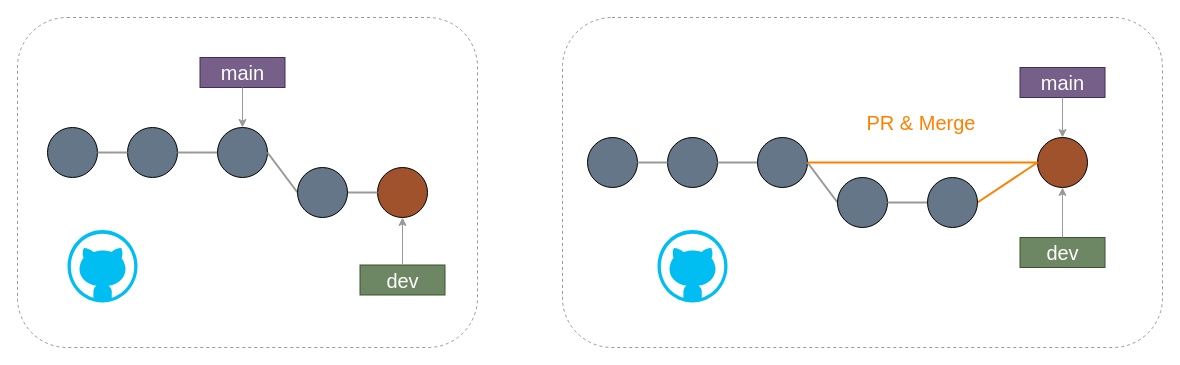
The draw.io diagram slidev/drawio/wf_pr.drawio in kazuyanagimoto/github-workshop, before the edit. Source tidied: cells renumbered, new cells numbered last; positions are measured from the earlier drawing's top-left corner, leaving out a move shared by most shapes. Both pictures are drawn from the tidied source at 100%, with x=0, y=0 at pixel (17, 17).
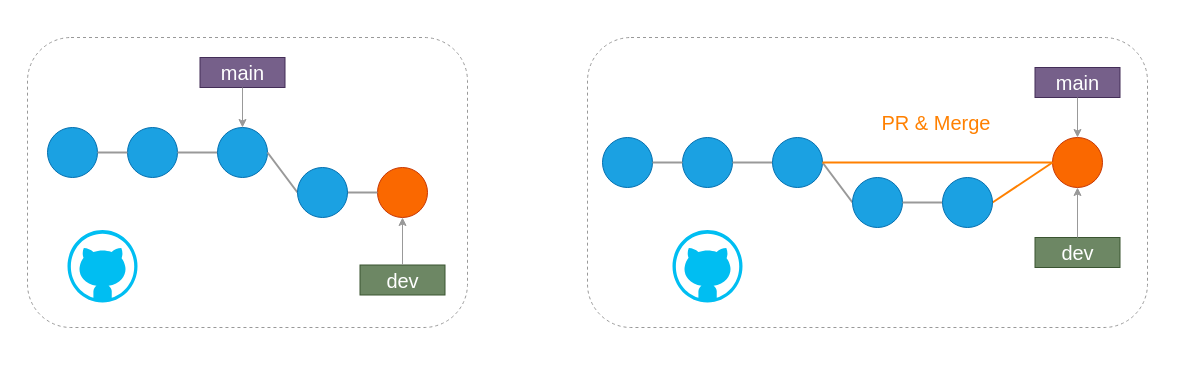
The same diagram, later.

The edit, as a diff of the source:
```diff
@@
-    <mxCell id="2" style="ellipse;whiteSpace=wrap;html=1;fillColor=#647687;fontColor=#ffffff;strokeColor=#000000;" parent="1" vertex="1">
-      <mxGeometry x="570" y="120" width="50" height="50" as="geometry" />
+    <mxCell id="2" style="ellipse;whiteSpace=wrap;html=1;fillColor=#1ba1e2;fontColor=#ffffff;strokeColor=#006EAF;" parent="1" vertex="1">
+      <mxGeometry x="585" y="120" width="50" height="50" as="geometry" />
     </mxCell>
-    <mxCell id="3" style="ellipse;whiteSpace=wrap;html=1;fillColor=#647687;fontColor=#ffffff;strokeColor=#000000;" parent="1" vertex="1">
-      <mxGeometry x="650" y="120" width="50" height="50" as="geometry" />
+    <mxCell id="3" style="ellipse;whiteSpace=wrap;html=1;fillColor=#1ba1e2;fontColor=#ffffff;strokeColor=#006EAF;" parent="1" vertex="1">
+      <mxGeometry x="665" y="120" width="50" height="50" as="geometry" />
     </mxCell>
-    <mxCell id="4" style="ellipse;whiteSpace=wrap;html=1;fontColor=#ffffff;strokeColor=#000000;fillColor=#A0522D;" parent="1" vertex="1">
-      <mxGeometry x="1020" y="120" width="50" height="50" as="geometry" />
+    <mxCell id="4" style="ellipse;whiteSpace=wrap;html=1;fontColor=#000000;strokeColor=#C73500;fillColor=#fa6800;" parent="1" vertex="1">
+      <mxGeometry x="1035" y="120" width="50" height="50" as="geometry" />
     </mxCell>
@@
     <mxCell id="7" value="main" style="rounded=1;whiteSpace=wrap;html=1;fillColor=#76608a;strokeColor=#432D57;fontColor=#ffffff;fontSize=20;arcSize=0;" parent="1" vertex="1">
-      <mxGeometry x="1002.5" y="50" width="85" height="30" as="geometry" />
+      <mxGeometry x="1017.5" y="50" width="85" height="30" as="geometry" />
     </mxCell>
     <mxCell id="8" style="endArrow=classic;html=1;fontSize=20;exitX=0.5;exitY=1;exitDx=0;exitDy=0;entryX=0.5;entryY=0;entryDx=0;entryDy=0;strokeColor=#999999;" parent="1" edge="1" source="7">
       <mxGeometry relative="1" as="geometry">
-        <mxPoint x="1045" y="120" as="targetPoint" />
+        <mxPoint x="1060" y="120" as="targetPoint" />
       </mxGeometry>
     </mxCell>
-    <mxCell id="9" style="rounded=1;whiteSpace=wrap;html=1;fontSize=16;strokeColor=#999999;dashed=1;fillColor=none;" parent="1" vertex="1">
-      <mxGeometry x="545" width="600" height="330" as="geometry" />
+    <mxCell id="9" style="rounded=1;whiteSpace=wrap;html=1;fontSize=16;dashed=1;fontColor=#000000;fillColor=none;strokeColor=#999999;" parent="1" vertex="1">
+      <mxGeometry x="570" y="20" width="560" height="290" as="geometry" />
     </mxCell>
-    <mxCell id="10" style="ellipse;whiteSpace=wrap;html=1;fillColor=#647687;fontColor=#ffffff;strokeColor=#000000;" parent="1" vertex="1">
-      <mxGeometry x="740" y="120" width="50" height="50" as="geometry" />
+    <mxCell id="10" style="ellipse;whiteSpace=wrap;html=1;fillColor=#1ba1e2;fontColor=#ffffff;strokeColor=#006EAF;" parent="1" vertex="1">
+      <mxGeometry x="755" y="120" width="50" height="50" as="geometry" />
     </mxCell>
@@
     <mxCell id="12" value="dev" style="rounded=1;whiteSpace=wrap;html=1;fillColor=#6d8764;strokeColor=#3A5431;fontColor=#ffffff;fontSize=20;arcSize=0;" parent="1" vertex="1">
-      <mxGeometry x="1002.5" y="220" width="85" height="30" as="geometry" />
+      <mxGeometry x="1017.5" y="220" width="85" height="30" as="geometry" />
     </mxCell>
@@
-    <mxCell id="15" style="ellipse;whiteSpace=wrap;html=1;fillColor=#647687;fontColor=#ffffff;strokeColor=#000000;" parent="1" vertex="1">
-      <mxGeometry x="820" y="160" width="50" height="50" as="geometry" />
+    <mxCell id="15" style="ellipse;whiteSpace=wrap;html=1;fillColor=#1ba1e2;fontColor=#ffffff;strokeColor=#006EAF;" parent="1" vertex="1">
+      <mxGeometry x="835" y="160" width="50" height="50" as="geometry" />
     </mxCell>
@@
-    <mxCell id="17" style="ellipse;whiteSpace=wrap;html=1;fillColor=#647687;fontColor=#ffffff;strokeColor=#000000;" parent="1" vertex="1">
-      <mxGeometry x="910" y="160" width="50" height="50" as="geometry" />
+    <mxCell id="17" style="ellipse;whiteSpace=wrap;html=1;fillColor=#1ba1e2;fontColor=#ffffff;strokeColor=#006EAF;" parent="1" vertex="1">
+      <mxGeometry x="925" y="160" width="50" height="50" as="geometry" />
     </mxCell>
@@
     <mxCell id="19" value="PR &amp;amp; Merge" style="text;html=1;strokeColor=none;fillColor=none;align=center;verticalAlign=middle;whiteSpace=wrap;rounded=0;fontSize=20;fontColor=#FF8000;" parent="1" vertex="1">
-      <mxGeometry x="820" y="90" width="167.5" height="30" as="geometry" />
+      <mxGeometry x="835" y="90" width="167.5" height="30" as="geometry" />
     </mxCell>
-    <mxCell id="20" style="ellipse;whiteSpace=wrap;html=1;fillColor=#647687;fontColor=#ffffff;strokeColor=#000000;" parent="1" vertex="1">
+    <mxCell id="20" style="ellipse;whiteSpace=wrap;html=1;fillColor=#1ba1e2;fontColor=#ffffff;strokeColor=#006EAF;" parent="1" vertex="1">
       <mxGeometry x="30" y="110" width="50" height="50" as="geometry" />
     </mxCell>
-    <mxCell id="21" style="ellipse;whiteSpace=wrap;html=1;fillColor=#647687;fontColor=#ffffff;strokeColor=#000000;" parent="1" vertex="1">
+    <mxCell id="21" style="ellipse;whiteSpace=wrap;html=1;fillColor=#1ba1e2;fontColor=#ffffff;strokeColor=#006EAF;" parent="1" vertex="1">
       <mxGeometry x="110" y="110" width="50" height="50" as="geometry" />
     </mxCell>
-    <mxCell id="22" style="ellipse;whiteSpace=wrap;html=1;fontColor=#ffffff;strokeColor=#000000;fillColor=#A0522D;" parent="1" vertex="1">
+    <mxCell id="22" style="ellipse;whiteSpace=wrap;html=1;fontColor=#000000;strokeColor=#C73500;fillColor=#fa6800;" parent="1" vertex="1">
       <mxGeometry x="360" y="150" width="50" height="50" as="geometry" />
     </mxCell>
@@
     <mxCell id="27" style="rounded=1;whiteSpace=wrap;html=1;fontSize=16;strokeColor=#999999;dashed=1;fillColor=none;" parent="1" vertex="1">
-      <mxGeometry width="460" height="330" as="geometry" />
+      <mxGeometry x="10" y="20" width="440" height="290" as="geometry" />
     </mxCell>
-    <mxCell id="28" style="ellipse;whiteSpace=wrap;html=1;fillColor=#647687;fontColor=#ffffff;strokeColor=#000000;" parent="1" vertex="1">
+    <mxCell id="28" style="ellipse;whiteSpace=wrap;html=1;fillColor=#1ba1e2;fontColor=#ffffff;strokeColor=#006EAF;" parent="1" vertex="1">
       <mxGeometry x="200" y="110" width="50" height="50" as="geometry" />
     </mxCell>
@@
-    <mxCell id="33" style="ellipse;whiteSpace=wrap;html=1;fillColor=#647687;fontColor=#ffffff;strokeColor=#000000;" parent="1" vertex="1">
+    <mxCell id="33" style="ellipse;whiteSpace=wrap;html=1;fillColor=#1ba1e2;fontColor=#ffffff;strokeColor=#006EAF;" parent="1" vertex="1">
       <mxGeometry x="280" y="150" width="50" height="50" as="geometry" />
     </mxCell>
-    <mxCell id="34" style="shape=flexArrow;endArrow=classic;html=1;fontSize=20;fontColor=none;strokeColor=#FFFFFF;endWidth=36;endSize=12.7;width=34;" parent="1" edge="1">
+    <mxCell id="34" style="shape=flexArrow;endArrow=classic;html=1;fontSize=20;fontColor=none;endWidth=36;endSize=12.7;width=34;strokeColor=#FFFFFF;strokeWidth=2;" parent="1" edge="1">
       <mxGeometry relative="1" as="geometry">
         <mxPoint x="480" y="170" as="sourcePoint" />
         <mxPoint x="540" y="170" as="targetPoint" />
       </mxGeometry>
     </mxCell>
@@
     <mxCell id="36" style="verticalLabelPosition=bottom;html=1;verticalAlign=top;align=center;strokeColor=none;fillColor=#00BEF2;shape=mxgraph.azure.github_code;fontSize=20;fontColor=#f0f0f0;" parent="1" vertex="1">
-      <mxGeometry x="640" y="212.5" width="70" height="72.5" as="geometry" />
+      <mxGeometry x="655" y="212.5" width="70" height="72.5" as="geometry" />
     </mxCell>
```
